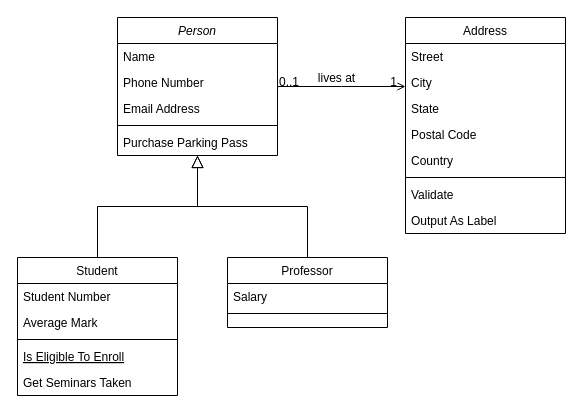
putanowr/snippets keeps this draw.io diagram as cpp/Untitled Diagram.drawio. Above is the earlier version. Source tidied: cells renumbered, new cells numbered last; positions are measured from the earlier drawing's top-left corner, leaving out a move shared by most shapes. Both pictures are drawn from the tidied source at 100%, with x=0, y=0 at pixel (17, 17).
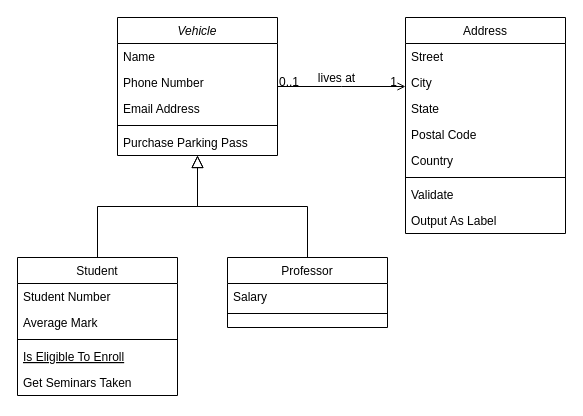
After the change.

Change to the diagram source:
```diff
@@
-    <mxCell id="2" value="Person" style="swimlane;fontStyle=2;align=center;verticalAlign=top;horizontal=1;startSize=26;rounded=0;shadow=0;strokeWidth=1;" parent="1" vertex="1">
+    <mxCell id="2" value="Vehicle" style="swimlane;fontStyle=2;align=center;verticalAlign=top;horizontal=1;startSize=26;rounded=0;shadow=0;strokeWidth=1;" parent="1" vertex="1">
       <mxGeometry x="100" width="160" height="138" as="geometry" />
     </mxCell>
```
